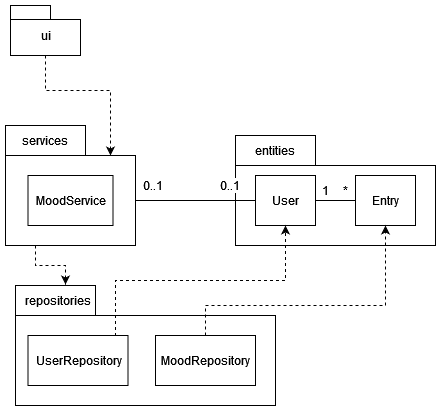
Above: dokumentaatio/kuvat/arkkitehtuuri-rakenne.png in liisaket/ot-harjoitustyo (draw.io), before the change. Source tidied: cells renumbered, new cells last; positions are measured from the earlier drawing's top-left corner, leaving out a move shared by most shapes.
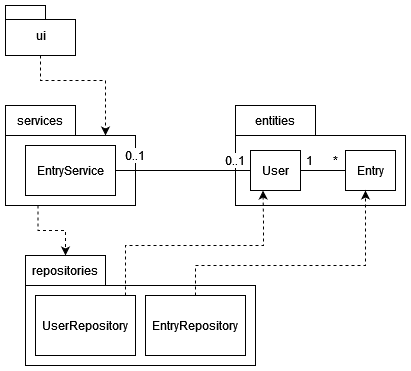
Later version of the same file.

Diff of the diagram source:
```diff
@@ -2,97 +2,84 @@
   <root>
     <mxCell id="0" />
     <mxCell id="1" parent="0" />
-    <mxCell id="2" style="edgeStyle=orthogonalEdgeStyle;rounded=0;jettySize=auto;html=1;entryX=0;entryY=0;entryDx=105;entryDy=30;entryPerimeter=0;dashed=1;" parent="1" edge="1" source="3" target="7">
-      <mxGeometry relative="1" as="geometry" />
-    </mxCell>
+    <mxCell id="25" style="edgeStyle=orthogonalEdgeStyle;rounded=0;jettySize=auto;html=1;entryX=0;entryY=0;entryDx=100;entryDy=30;entryPerimeter=0;dashed=1;" parent="1" edge="1" source="3" target="27">
+      <mxGeometry relative="1" as="geometry" />
+    </mxCell>
-    <mxCell id="3" value="&lt;div&gt;ui&lt;br&gt;&lt;/div&gt;" style="shape=folder;fontStyle=0;spacingTop=10;tabWidth=40;tabHeight=14;tabPosition=left;html=1;" parent="1" vertex="1">
-      <mxGeometry x="5" width="70" height="50" as="geometry" />
+    <mxCell id="3" value="&lt;div&gt;&lt;span style=&quot;font-weight: normal;&quot;&gt;ui&lt;/span&gt;&lt;br&gt;&lt;/div&gt;" style="shape=folder;fontStyle=1;spacingTop=10;tabWidth=40;tabHeight=14;tabPosition=left;html=1;" parent="1" vertex="1">
+      <mxGeometry x="-30" width="70" height="50" as="geometry" />
     </mxCell>
-    <mxCell id="4" style="shape=folder;fontStyle=1;spacingTop=10;tabWidth=80;tabHeight=30;tabPosition=left;html=1;" parent="1" vertex="1">
-      <mxGeometry x="230" y="130" width="200" height="110" as="geometry" />
-    </mxCell>
-    <mxCell id="5" style="edgeStyle=orthogonalEdgeStyle;rounded=0;jettySize=auto;html=1;dashed=1;" parent="1" edge="1" source="7">
-      <mxGeometry relative="1" as="geometry">
-        <mxPoint x="60" y="279" as="targetPoint" />
-        <Array as="points">
-          <mxPoint x="30" y="260" />
-          <mxPoint x="60" y="260" />
-          <mxPoint x="60" y="279" />
-        </Array>
-      </mxGeometry>
-    </mxCell>
-    <mxCell id="6" style="edgeStyle=orthogonalEdgeStyle;rounded=0;jettySize=auto;html=1;endArrow=none;endFill=0;" parent="1" edge="1" source="7" target="9">
-      <mxGeometry relative="1" as="geometry">
-        <Array as="points">
-          <mxPoint x="160" y="195" />
-          <mxPoint x="160" y="195" />
-        </Array>
-      </mxGeometry>
-    </mxCell>
-    <mxCell id="7" style="shape=folder;fontStyle=1;spacingTop=10;tabWidth=80;tabHeight=30;tabPosition=left;html=1;fillColor=default;" parent="1" vertex="1">
-      <mxGeometry y="120" width="130" height="120" as="geometry" />
-    </mxCell>
+    <mxCell id="26" style="edgeStyle=orthogonalEdgeStyle;rounded=0;jettySize=auto;html=1;dashed=1;entryX=0.5;entryY=0;entryDx=0;entryDy=0;exitX=0.25;exitY=1;exitDx=0;exitDy=0;exitPerimeter=0;" parent="1" edge="1" source="27" target="16">
+      <mxGeometry relative="1" as="geometry" />
+    </mxCell>
+    <mxCell id="27" style="shape=folder;fontStyle=1;spacingTop=10;tabWidth=70;tabHeight=30;tabPosition=left;html=1;align=center;" parent="1" vertex="1">
+      <mxGeometry x="-30" y="100" width="130" height="100" as="geometry" />
+    </mxCell>
+    <mxCell id="13" value="services" style="text;html=1;strokeColor=none;fillColor=none;align=center;verticalAlign=middle;whiteSpace=wrap;rounded=0;labelBackgroundColor=#ffffff;" parent="1" vertex="1">
+      <mxGeometry x="-25" y="100" width="60" height="30" as="geometry" />
+    </mxCell>
+    <mxCell id="28" value="EntryService" style="rounded=0;whiteSpace=wrap;html=1;labelBackgroundColor=#ffffff;" parent="1" vertex="1">
+      <mxGeometry x="-10" y="140" width="90" height="50" as="geometry" />
+    </mxCell>
+    <mxCell id="29" style="shape=folder;fontStyle=1;spacingTop=10;tabWidth=80;tabHeight=30;tabPosition=left;html=1;align=center;" parent="1" vertex="1">
+      <mxGeometry x="200" y="100" width="170" height="100" as="geometry" />
+    </mxCell>
+    <mxCell id="12" value="entities" style="text;html=1;strokeColor=none;fillColor=none;align=center;verticalAlign=middle;whiteSpace=wrap;rounded=0;labelBackgroundColor=#ffffff;" parent="1" vertex="1">
+      <mxGeometry x="210" y="100" width="60" height="30" as="geometry" />
+    </mxCell>
+    <mxCell id="10" value="Entry" style="rounded=0;whiteSpace=wrap;html=1;labelBackgroundColor=#ffffff;" parent="1" vertex="1">
+      <mxGeometry x="310" y="145" width="50" height="40" as="geometry" />
+    </mxCell>
-    <mxCell id="8" style="edgeStyle=orthogonalEdgeStyle;rounded=0;jettySize=auto;html=1;entryX=0;entryY=0.5;entryDx=0;entryDy=0;endArrow=none;endFill=0;" parent="1" edge="1" source="9" target="10">
+    <mxCell id="8" style="edgeStyle=orthogonalEdgeStyle;rounded=0;jettySize=auto;html=1;startArrow=none;startFill=0;endArrow=none;endFill=0;" parent="1" edge="1" source="9" target="10">
       <mxGeometry relative="1" as="geometry" />
     </mxCell>
-    <mxCell id="9" value="User" style="html=1;" parent="1" vertex="1">
-      <mxGeometry x="250" y="170" width="60" height="50" as="geometry" />
+    <mxCell id="9" value="User" style="rounded=0;whiteSpace=wrap;html=1;labelBackgroundColor=#ffffff;" parent="1" vertex="1">
+      <mxGeometry x="215" y="145" width="50" height="40" as="geometry" />
     </mxCell>
-    <mxCell id="10" value="Entry" style="html=1;" parent="1" vertex="1">
-      <mxGeometry x="350" y="170" width="60" height="50" as="geometry" />
-    </mxCell>
-    <mxCell id="11" style="edgeStyle=orthogonalEdgeStyle;rounded=0;orthogonalLoop=1;jettySize=auto;html=1;exitX=0.5;exitY=1;exitDx=0;exitDy=0;" parent="1" edge="1" source="9" target="9">
-      <mxGeometry relative="1" as="geometry" />
-    </mxCell>
-    <mxCell id="12" value="entities" style="text;html=1;strokeColor=none;fillColor=none;align=center;verticalAlign=middle;whiteSpace=wrap;rounded=0;" parent="1" vertex="1">
-      <mxGeometry x="240" y="130" width="60" height="30" as="geometry" />
-    </mxCell>
-    <mxCell id="13" value="services" style="text;html=1;strokeColor=none;fillColor=none;align=center;verticalAlign=middle;whiteSpace=wrap;rounded=0;" parent="1" vertex="1">
-      <mxGeometry x="10" y="120" width="60" height="30" as="geometry" />
-    </mxCell>
-    <mxCell id="14" value="MoodService" style="html=1;" parent="1" vertex="1">
-      <mxGeometry x="22.5" y="170" width="85" height="50" as="geometry" />
-    </mxCell>
-    <mxCell id="15" style="shape=folder;fontStyle=1;spacingTop=10;tabWidth=80;tabHeight=30;tabPosition=left;html=1;fillColor=default;" parent="1" vertex="1">
-      <mxGeometry x="10" y="280" width="260" height="120" as="geometry" />
-    </mxCell>
+    <mxCell id="30" style="shape=folder;fontStyle=1;spacingTop=10;tabWidth=80;tabHeight=30;tabPosition=left;html=1;align=center;" parent="1" vertex="1">
+      <mxGeometry x="-10" y="250" width="230" height="110" as="geometry" />
+    </mxCell>
-    <mxCell id="16" value="repositories" style="text;html=1;strokeColor=none;fillColor=none;align=center;verticalAlign=middle;whiteSpace=wrap;rounded=0;" parent="1" vertex="1">
-      <mxGeometry x="22.5" y="280" width="60" height="30" as="geometry" />
+    <mxCell id="16" value="repositories" style="text;html=1;strokeColor=none;fillColor=none;align=center;verticalAlign=middle;whiteSpace=wrap;rounded=0;labelBackgroundColor=#ffffff;" parent="1" vertex="1">
+      <mxGeometry y="250" width="60" height="30" as="geometry" />
     </mxCell>
-    <mxCell id="17" style="edgeStyle=orthogonalEdgeStyle;rounded=0;jettySize=auto;html=1;exitX=0.75;exitY=0;exitDx=0;exitDy=0;dashed=1;" parent="1" edge="1" source="18" target="9">
+    <mxCell id="17" style="edgeStyle=orthogonalEdgeStyle;rounded=0;jettySize=auto;html=1;dashed=1;entryX=0.25;entryY=1;entryDx=0;entryDy=0;" parent="1" edge="1" source="18" target="9">
       <mxGeometry relative="1" as="geometry">
         <Array as="points">
-          <mxPoint x="110" y="330" />
-          <mxPoint x="110" y="275" />
-          <mxPoint x="280" y="275" />
+          <mxPoint x="90" y="240" />
+          <mxPoint x="228" y="240" />
+          <mxPoint x="228" y="220" />
         </Array>
       </mxGeometry>
     </mxCell>
-    <mxCell id="18" value="UserRepository" style="html=1;fillColor=default;" parent="1" vertex="1">
-      <mxGeometry x="22.5" y="330" width="100" height="50" as="geometry" />
+    <mxCell id="18" value="UserRepository" style="rounded=0;whiteSpace=wrap;html=1;labelBackgroundColor=#ffffff;" parent="1" vertex="1">
+      <mxGeometry y="290" width="100" height="60" as="geometry" />
     </mxCell>
-    <mxCell id="19" style="edgeStyle=orthogonalEdgeStyle;rounded=0;jettySize=auto;html=1;entryX=0.5;entryY=1;entryDx=0;entryDy=0;dashed=1;" parent="1" edge="1" source="20" target="10">
-      <mxGeometry relative="1" as="geometry">
-        <Array as="points">
-          <mxPoint x="200" y="300" />
-          <mxPoint x="380" y="300" />
-        </Array>
-      </mxGeometry>
-    </mxCell>
-    <mxCell id="20" value="MoodRepository" style="html=1;fillColor=default;" parent="1" vertex="1">
-      <mxGeometry x="150" y="330" width="100" height="50" as="geometry" />
-    </mxCell>
-    <mxCell id="21" value="0..1" style="text;html=1;strokeColor=none;fillColor=none;align=center;verticalAlign=middle;whiteSpace=wrap;rounded=0;labelBackgroundColor=#ffffff;" parent="1" vertex="1">
-      <mxGeometry x="122.5" y="170" width="50" height="20" as="geometry" />
-    </mxCell>
-    <mxCell id="22" value="0..1" style="text;html=1;strokeColor=none;fillColor=none;align=center;verticalAlign=middle;whiteSpace=wrap;rounded=0;labelBackgroundColor=#ffffff;" parent="1" vertex="1">
-      <mxGeometry x="200" y="170" width="50" height="20" as="geometry" />
-    </mxCell>
+    <mxCell id="31" style="edgeStyle=orthogonalEdgeStyle;rounded=0;jettySize=auto;html=1;dashed=1;" parent="1" edge="1" source="32">
+      <mxGeometry relative="1" as="geometry">
+        <mxPoint x="330" y="185" as="targetPoint" />
+        <Array as="points">
+          <mxPoint x="160" y="260" />
+          <mxPoint x="330" y="260" />
+          <mxPoint x="330" y="185" />
+        </Array>
+      </mxGeometry>
+    </mxCell>
+    <mxCell id="32" value="EntryRepository" style="rounded=0;whiteSpace=wrap;html=1;labelBackgroundColor=#ffffff;" parent="1" vertex="1">
+      <mxGeometry x="110" y="290" width="100" height="60" as="geometry" />
+    </mxCell>
+    <mxCell id="33" style="edgeStyle=orthogonalEdgeStyle;rounded=0;jettySize=auto;html=1;startArrow=none;startFill=0;endArrow=none;endFill=0;entryX=0;entryY=0.5;entryDx=0;entryDy=0;" parent="1" edge="1" source="28" target="9">
+      <mxGeometry relative="1" as="geometry" />
+    </mxCell>
+    <mxCell id="34" value="0..1" style="text;html=1;strokeColor=none;fillColor=none;align=center;verticalAlign=middle;whiteSpace=wrap;rounded=0;labelBackgroundColor=#ffffff;" parent="1" vertex="1">
+      <mxGeometry x="80" y="135" width="40" height="30" as="geometry" />
+    </mxCell>
+    <mxCell id="35" value="0..1" style="text;html=1;strokeColor=none;fillColor=none;align=center;verticalAlign=middle;whiteSpace=wrap;rounded=0;labelBackgroundColor=#ffffff;" parent="1" vertex="1">
+      <mxGeometry x="180" y="140" width="40" height="30" as="geometry" />
+    </mxCell>
     <mxCell id="23" value="1" style="text;html=1;strokeColor=none;fillColor=none;align=center;verticalAlign=middle;whiteSpace=wrap;rounded=0;labelBackgroundColor=#ffffff;" parent="1" vertex="1">
-      <mxGeometry x="310" y="175" width="20" height="20" as="geometry" />
+      <mxGeometry x="264" y="145" width="20" height="20" as="geometry" />
     </mxCell>
     <mxCell id="24" value="*" style="text;html=1;strokeColor=none;fillColor=none;align=center;verticalAlign=middle;whiteSpace=wrap;rounded=0;labelBackgroundColor=#ffffff;" parent="1" vertex="1">
-      <mxGeometry x="330" y="175" width="20" height="20" as="geometry" />
+      <mxGeometry x="290" y="145" width="20" height="20" as="geometry" />
     </mxCell>
   </root>
 </mxGraphModel>
```
